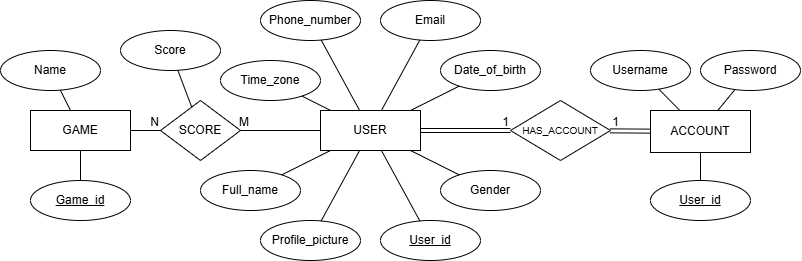
Above: Database ERD.png in AhmedKXL/Fundamentals-of-Web-Programming-Project (draw.io), before the change. Source tidied: cells renumbered, new cells last; positions are measured from the earlier drawing's top-left corner, leaving out a move shared by most shapes. Its diagram source:
```xml
<mxGraphModel>
  <root>
    <mxCell id="0" />
    <mxCell id="1" parent="0" />
    <mxCell id="2" value="USER" style="whiteSpace=wrap;html=1;align=center;" parent="1" vertex="1">
      <mxGeometry x="320" y="110" width="100" height="40" as="geometry" />
    </mxCell>
    <mxCell id="3" value="GAME" style="whiteSpace=wrap;html=1;align=center;" parent="1" vertex="1">
      <mxGeometry x="30" y="110" width="100" height="40" as="geometry" />
    </mxCell>
    <mxCell id="4" value="ACCOUNT" style="whiteSpace=wrap;html=1;align=center;" parent="1" vertex="1">
      <mxGeometry x="650" y="110" width="100" height="42" as="geometry" />
    </mxCell>
    <mxCell id="5" value="&lt;font style=&quot;font-size: 10px;&quot;&gt;HAS_ACCOUNT&lt;/font&gt;" style="shape=rhombus;perimeter=rhombusPerimeter;whiteSpace=wrap;html=1;align=center;" parent="1" vertex="1">
      <mxGeometry x="510" y="100" width="100" height="60" as="geometry" />
    </mxCell>
    <mxCell id="6" value="SCORE" style="shape=rhombus;perimeter=rhombusPerimeter;whiteSpace=wrap;html=1;align=center;" parent="1" vertex="1">
      <mxGeometry x="160" y="100" width="80" height="60" as="geometry" />
    </mxCell>
    <mxCell id="7" style="shape=link;html=1;rounded=0;" parent="1" edge="1" source="2" target="5">
      <mxGeometry relative="1" as="geometry" />
    </mxCell>
    <mxCell id="8" value="1" style="html=1;whiteSpace=wrap;align=right;verticalAlign=bottom;" parent="7" vertex="1">
      <mxGeometry x="1" relative="1" as="geometry" />
    </mxCell>
    <mxCell id="9" style="shape=link;html=1;rounded=0;" parent="1" edge="1" source="4" target="5">
      <mxGeometry relative="1" as="geometry" />
    </mxCell>
    <mxCell id="10" value="1" style="html=1;whiteSpace=wrap;align=right;verticalAlign=bottom;" parent="9" vertex="1">
      <mxGeometry x="1" relative="1" as="geometry">
        <mxPoint x="11" as="offset" />
      </mxGeometry>
    </mxCell>
    <mxCell id="11" style="endArrow=none;html=1;rounded=0;" parent="1" edge="1" source="3" target="6">
      <mxGeometry relative="1" as="geometry" />
    </mxCell>
    <mxCell id="12" value="N" style="html=1;whiteSpace=wrap;align=right;verticalAlign=bottom;" parent="11" vertex="1">
      <mxGeometry x="1" relative="1" as="geometry" />
    </mxCell>
    <mxCell id="13" style="endArrow=none;html=1;rounded=0;" parent="1" edge="1" source="2" target="6">
      <mxGeometry relative="1" as="geometry" />
    </mxCell>
    <mxCell id="14" value="M" style="html=1;whiteSpace=wrap;align=right;verticalAlign=bottom;" parent="13" vertex="1">
      <mxGeometry x="1" relative="1" as="geometry">
        <mxPoint x="10" as="offset" />
      </mxGeometry>
    </mxCell>
    <mxCell id="15" value="User_id" style="ellipse;whiteSpace=wrap;html=1;align=center;fontStyle=4;" parent="1" vertex="1">
      <mxGeometry x="380" y="220" width="100" height="40" as="geometry" />
    </mxCell>
    <mxCell id="16" value="User_id" style="ellipse;whiteSpace=wrap;html=1;align=center;fontStyle=4;" parent="1" vertex="1">
      <mxGeometry x="650" y="180" width="100" height="40" as="geometry" />
    </mxCell>
    <mxCell id="17" value="Game_id" style="ellipse;whiteSpace=wrap;html=1;align=center;fontStyle=4;" parent="1" vertex="1">
      <mxGeometry x="30" y="180" width="100" height="40" as="geometry" />
    </mxCell>
    <mxCell id="18" value="Name" style="ellipse;whiteSpace=wrap;html=1;align=center;" parent="1" vertex="1">
      <mxGeometry y="50" width="100" height="40" as="geometry" />
    </mxCell>
    <mxCell id="19" value="Password" style="ellipse;whiteSpace=wrap;html=1;align=center;" parent="1" vertex="1">
      <mxGeometry x="700" y="50" width="100" height="40" as="geometry" />
    </mxCell>
    <mxCell id="20" value="Username" style="ellipse;whiteSpace=wrap;html=1;align=center;" parent="1" vertex="1">
      <mxGeometry x="590" y="50" width="100" height="40" as="geometry" />
    </mxCell>
    <mxCell id="21" value="Score" style="ellipse;whiteSpace=wrap;html=1;align=center;" parent="1" vertex="1">
      <mxGeometry x="120" y="30" width="100" height="40" as="geometry" />
    </mxCell>
    <mxCell id="22" value="Gender" style="ellipse;whiteSpace=wrap;html=1;align=center;" parent="1" vertex="1">
      <mxGeometry x="440" y="170" width="100" height="40" as="geometry" />
    </mxCell>
    <mxCell id="23" value="Date_of_birth" style="ellipse;whiteSpace=wrap;html=1;align=center;" parent="1" vertex="1">
      <mxGeometry x="440" y="50" width="100" height="40" as="geometry" />
    </mxCell>
    <mxCell id="24" value="Full_name" style="ellipse;whiteSpace=wrap;html=1;align=center;" parent="1" vertex="1">
      <mxGeometry x="200" y="170" width="100" height="40" as="geometry" />
    </mxCell>
    <mxCell id="25" value="Phone_number" style="ellipse;whiteSpace=wrap;html=1;align=center;" parent="1" vertex="1">
      <mxGeometry x="260" width="100" height="40" as="geometry" />
    </mxCell>
    <mxCell id="26" value="Profile_picture" style="ellipse;whiteSpace=wrap;html=1;align=center;" parent="1" vertex="1">
      <mxGeometry x="260" y="220" width="100" height="40" as="geometry" />
    </mxCell>
    <mxCell id="27" value="Email" style="ellipse;whiteSpace=wrap;html=1;align=center;" parent="1" vertex="1">
      <mxGeometry x="380" width="100" height="40" as="geometry" />
    </mxCell>
    <mxCell id="28" value="Time_zone" style="ellipse;whiteSpace=wrap;html=1;align=center;" parent="1" vertex="1">
      <mxGeometry x="220" y="60" width="100" height="40" as="geometry" />
    </mxCell>
    <mxCell id="29" style="endArrow=none;html=1;rounded=0;" parent="1" edge="1" source="22" target="2">
      <mxGeometry relative="1" as="geometry" />
    </mxCell>
    <mxCell id="30" style="endArrow=none;html=1;rounded=0;" parent="1" edge="1" source="21" target="6">
      <mxGeometry relative="1" as="geometry" />
    </mxCell>
    <mxCell id="31" style="endArrow=none;html=1;rounded=0;" parent="1" edge="1" source="3" target="17">
      <mxGeometry relative="1" as="geometry" />
    </mxCell>
    <mxCell id="32" style="endArrow=none;html=1;rounded=0;" parent="1" edge="1" source="15" target="2">
      <mxGeometry relative="1" as="geometry" />
    </mxCell>
    <mxCell id="33" style="endArrow=none;html=1;rounded=0;" parent="1" edge="1" source="4" target="16">
      <mxGeometry relative="1" as="geometry" />
    </mxCell>
    <mxCell id="34" style="endArrow=none;html=1;rounded=0;" parent="1" edge="1" source="18" target="3">
      <mxGeometry relative="1" as="geometry" />
    </mxCell>
    <mxCell id="35" style="endArrow=none;html=1;rounded=0;" parent="1" edge="1" source="4" target="20">
      <mxGeometry relative="1" as="geometry" />
    </mxCell>
    <mxCell id="36" style="endArrow=none;html=1;rounded=0;" parent="1" edge="1" source="4" target="19">
      <mxGeometry relative="1" as="geometry" />
    </mxCell>
    <mxCell id="37" style="endArrow=none;html=1;rounded=0;" parent="1" edge="1" source="26" target="2">
      <mxGeometry relative="1" as="geometry" />
    </mxCell>
    <mxCell id="38" style="endArrow=none;html=1;rounded=0;" parent="1" edge="1" source="27" target="2">
      <mxGeometry relative="1" as="geometry" />
    </mxCell>
    <mxCell id="39" style="endArrow=none;html=1;rounded=0;" parent="1" edge="1" source="23" target="2">
      <mxGeometry relative="1" as="geometry" />
    </mxCell>
    <mxCell id="40" style="endArrow=none;html=1;rounded=0;" parent="1" edge="1" source="2" target="25">
      <mxGeometry relative="1" as="geometry" />
    </mxCell>
    <mxCell id="41" style="endArrow=none;html=1;rounded=0;" parent="1" edge="1" source="2" target="28">
      <mxGeometry relative="1" as="geometry" />
    </mxCell>
    <mxCell id="42" style="endArrow=none;html=1;rounded=0;" parent="1" edge="1" source="2" target="24">
      <mxGeometry relative="1" as="geometry" />
    </mxCell>
  </root>
</mxGraphModel>
```
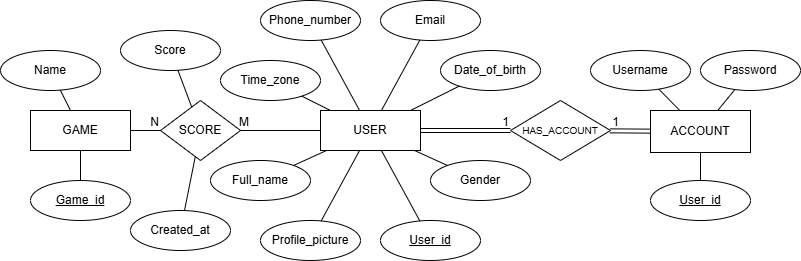
After the commit.

Commit message:
Updated DB schema, Added button scale on hover effect, use of html entities, Fixed links and some logic

The edit, as a diff of the source:
```diff
@@ -67,13 +67,13 @@
       <mxGeometry x="120" y="30" width="100" height="40" as="geometry" />
     </mxCell>
     <mxCell id="22" value="Gender" style="ellipse;whiteSpace=wrap;html=1;align=center;" parent="1" vertex="1">
-      <mxGeometry x="440" y="170" width="100" height="40" as="geometry" />
+      <mxGeometry x="430" y="160" width="100" height="40" as="geometry" />
     </mxCell>
     <mxCell id="23" value="Date_of_birth" style="ellipse;whiteSpace=wrap;html=1;align=center;" parent="1" vertex="1">
       <mxGeometry x="440" y="50" width="100" height="40" as="geometry" />
     </mxCell>
     <mxCell id="24" value="Full_name" style="ellipse;whiteSpace=wrap;html=1;align=center;" parent="1" vertex="1">
-      <mxGeometry x="200" y="170" width="100" height="40" as="geometry" />
+      <mxGeometry x="210" y="160" width="100" height="40" as="geometry" />
     </mxCell>
     <mxCell id="25" value="Phone_number" style="ellipse;whiteSpace=wrap;html=1;align=center;" parent="1" vertex="1">
       <mxGeometry x="260" width="100" height="40" as="geometry" />
@@ -129,5 +129,11 @@
     <mxCell id="42" style="endArrow=none;html=1;rounded=0;" parent="1" edge="1" source="2" target="24">
       <mxGeometry relative="1" as="geometry" />
     </mxCell>
+    <mxCell id="43" value="C&lt;span style=&quot;background-color: transparent; color: light-dark(rgb(0, 0, 0), rgb(255, 255, 255));&quot;&gt;reated_at&lt;/span&gt;" style="ellipse;whiteSpace=wrap;html=1;align=center;" parent="1" vertex="1">
+      <mxGeometry x="130" y="210" width="100" height="40" as="geometry" />
+    </mxCell>
+    <mxCell id="44" style="endArrow=none;html=1;rounded=0;" parent="1" edge="1" source="6" target="43">
+      <mxGeometry relative="1" as="geometry" />
+    </mxCell>
   </root>
 </mxGraphModel>
```
